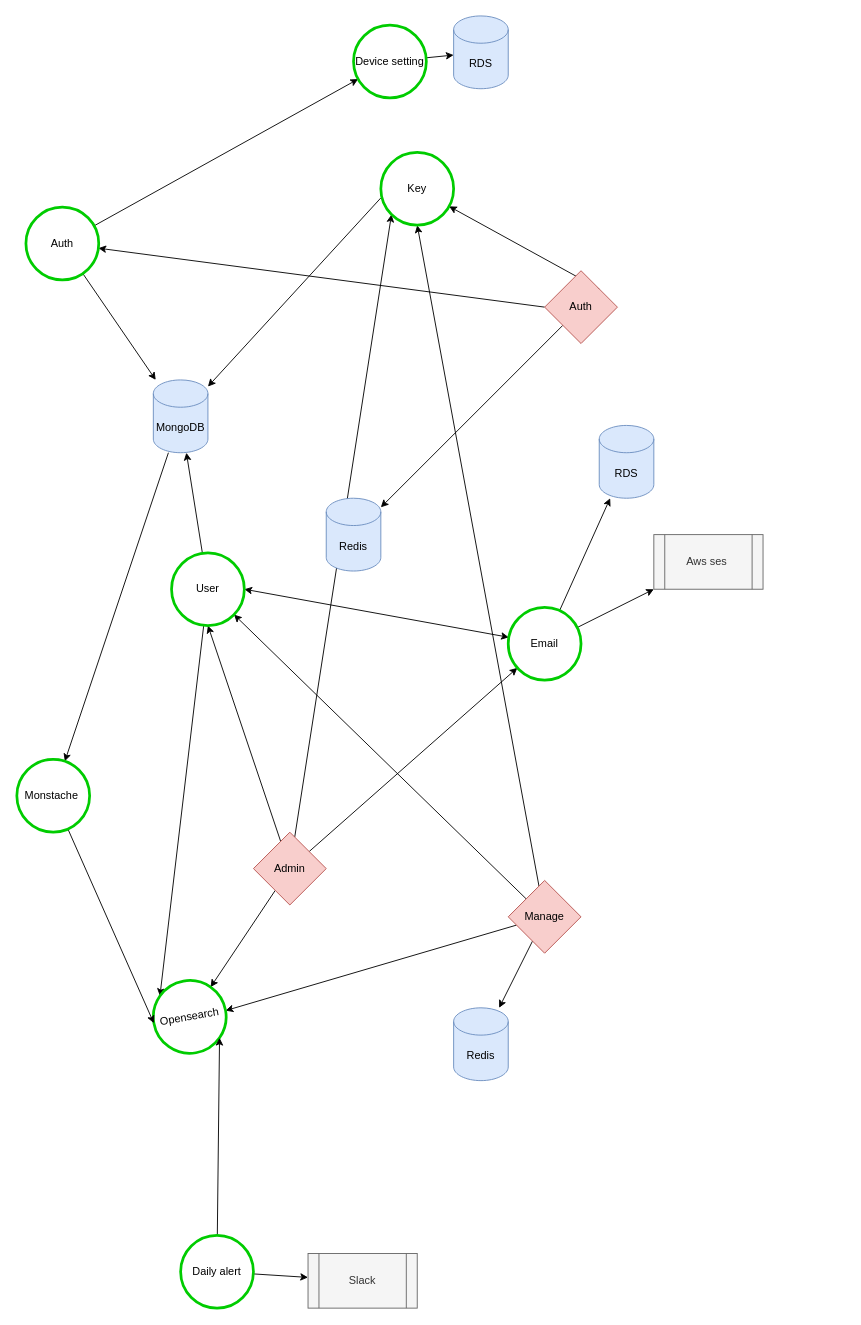
Earlier version of the draw.io diagram Strangler architecture.drawio (code-xhyun/draw.io). Source tidied: cells renumbered, new cells numbered last; positions are measured from the earlier drawing's top-left corner, leaving out a move shared by most shapes. Both pictures are drawn from the tidied source at 91%, with x=0, y=0 at pixel (16, 15).
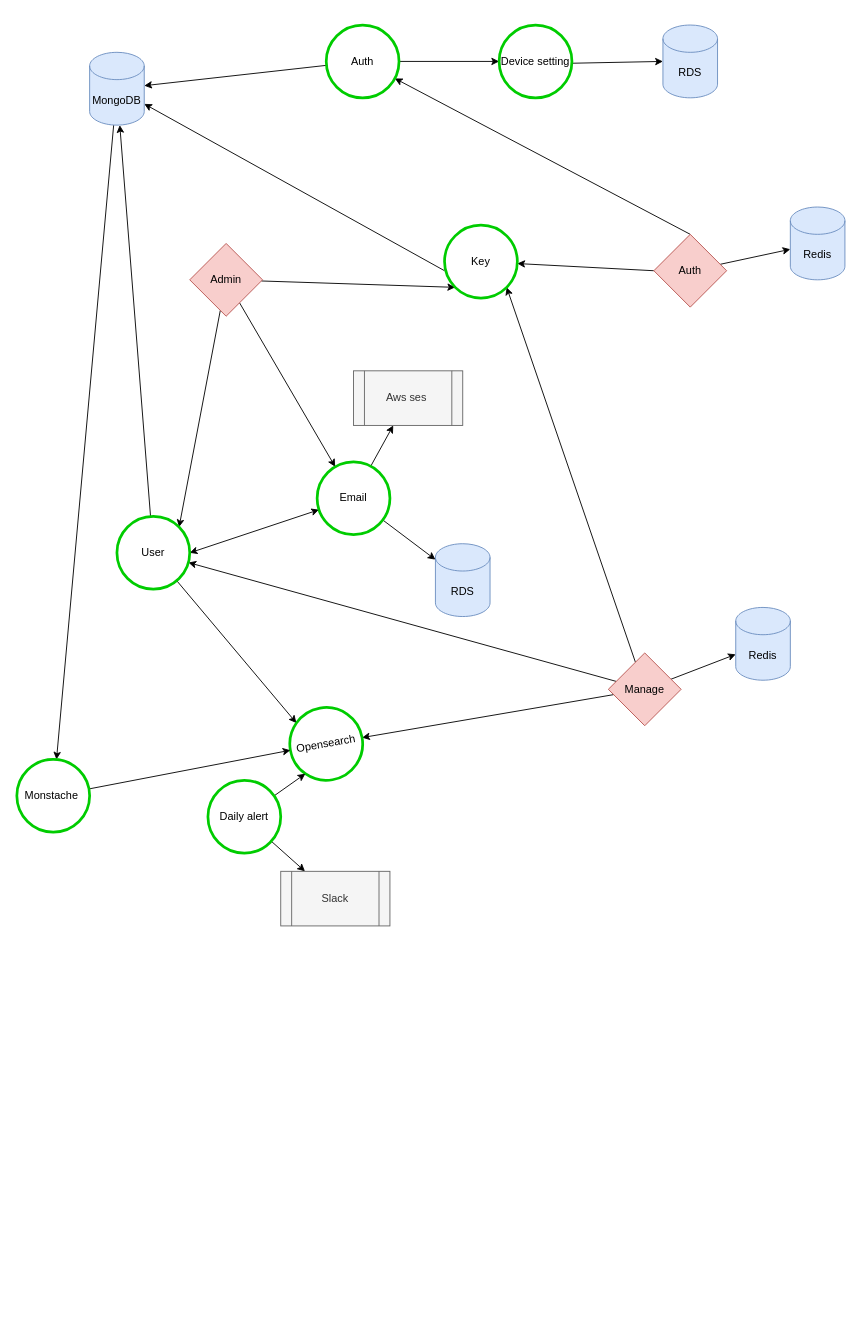
Above is the later version.

Change to the diagram source:
```diff
@@
-    <mxCell id="3" style="rounded=0;jettySize=auto;html=1;entryX=1;entryY=0;entryDx=0;entryDy=0;elbow=vertical;" parent="1" edge="1" source="6" target="31">
-      <mxGeometry relative="1" as="geometry" />
-    </mxCell>
@@
-    <mxCell id="5" style="edgeStyle=none;jettySize=auto;html=1;entryX=0.5;entryY=1;entryDx=0;entryDy=0;startArrow=none;startFill=0;elbow=vertical;" parent="1" edge="1" source="6" target="23">
+    <mxCell id="5" style="edgeStyle=none;jettySize=auto;html=1;entryX=1;entryY=0;entryDx=0;entryDy=0;startArrow=none;startFill=0;elbow=vertical;" parent="1" edge="1" source="6" target="23">
       <mxGeometry relative="1" as="geometry" />
     </mxCell>
     <mxCell id="6" value="Admin" style="rhombus;whiteSpace=wrap;html=1;fillColor=#f8cecc;strokeColor=#b85450;" parent="1" vertex="1">
-      <mxGeometry x="260" y="897" width="80" height="80" as="geometry" />
+      <mxGeometry x="190" y="250" width="80" height="80" as="geometry" />
     </mxCell>
@@
-    <mxCell id="8" style="edgeStyle=none;jettySize=auto;html=1;entryX=1;entryY=0.5;entryDx=0;entryDy=0;startArrow=none;startFill=0;elbow=vertical;" parent="1" edge="1" source="11" target="25">
+    <mxCell id="8" style="edgeStyle=none;jettySize=auto;html=1;entryX=1;entryY=0;entryDx=0;entryDy=0;startArrow=none;startFill=0;elbow=vertical;" parent="1" edge="1" source="11" target="25">
       <mxGeometry relative="1" as="geometry" />
     </mxCell>
@@
     <mxCell id="11" value="Manage" style="rhombus;whiteSpace=wrap;html=1;fillColor=#f8cecc;strokeColor=#b85450;" parent="1" vertex="1">
-      <mxGeometry x="540" y="950" width="80" height="80" as="geometry" />
+      <mxGeometry x="650" y="700" width="80" height="80" as="geometry" />
     </mxCell>
-    <mxCell id="12" style="rounded=0;jettySize=auto;html=1;exitX=0;exitY=1;exitDx=0;exitDy=0;" parent="1" edge="1" source="15" target="25">
+    <mxCell id="12" style="rounded=0;jettySize=auto;html=1;exitX=1;exitY=0.5;exitDx=0;exitDy=0;" parent="1" edge="1" source="15" target="25">
       <mxGeometry relative="1" as="geometry" />
     </mxCell>
-    <mxCell id="13" style="rounded=0;jettySize=auto;html=1;exitX=1;exitY=0.5;exitDx=0;exitDy=0;" parent="1" edge="1" source="15" target="28">
+    <mxCell id="13" style="rounded=0;jettySize=auto;html=1;exitX=0.5;exitY=1;exitDx=0;exitDy=0;" parent="1" edge="1" source="15" target="28">
       <mxGeometry relative="1" as="geometry" />
     </mxCell>
@@
     <mxCell id="15" value="Auth" style="rhombus;whiteSpace=wrap;html=1;direction=west;rotation=0;fillColor=#f8cecc;strokeColor=#b85450;" parent="1" vertex="1">
-      <mxGeometry x="580" y="280" width="80" height="80" as="geometry" />
+      <mxGeometry x="700" y="240" width="80" height="80" as="geometry" />
     </mxCell>
@@
     <mxCell id="19" value="Email" style="ellipse;whiteSpace=wrap;html=1;strokeColor=#00CC00;strokeWidth=3;" parent="1" vertex="1">
-      <mxGeometry x="540" y="650" width="80" height="80" as="geometry" />
+      <mxGeometry x="330" y="490" width="80" height="80" as="geometry" />
     </mxCell>
     <mxCell id="20" value="RDS" style="shape=cylinder3;whiteSpace=wrap;html=1;boundedLbl=1;backgroundOutline=1;size=15;fillColor=#dae8fc;strokeColor=#6c8ebf;" parent="1" vertex="1">
-      <mxGeometry x="640" y="450" width="60" height="80" as="geometry" />
+      <mxGeometry x="460" y="580" width="60" height="80" as="geometry" />
     </mxCell>
@@
     <mxCell id="23" value="User" style="ellipse;whiteSpace=wrap;html=1;strokeColor=#00CC00;strokeWidth=3;" parent="1" vertex="1">
-      <mxGeometry x="170" y="590" width="80" height="80" as="geometry" />
+      <mxGeometry x="110" y="550" width="80" height="80" as="geometry" />
     </mxCell>
@@
     <mxCell id="25" value="Key" style="ellipse;whiteSpace=wrap;html=1;direction=south;strokeColor=#00CC00;strokeWidth=3;" parent="1" vertex="1">
-      <mxGeometry x="400" y="150" width="80" height="80" as="geometry" />
+      <mxGeometry x="470" y="230" width="80" height="80" as="geometry" />
     </mxCell>
@@
     <mxCell id="28" value="Auth" style="ellipse;whiteSpace=wrap;html=1;strokeColor=#00CC00;strokeWidth=3;" parent="1" vertex="1">
-      <mxGeometry x="10" y="210" width="80" height="80" as="geometry" />
+      <mxGeometry x="340" y="10" width="80" height="80" as="geometry" />
     </mxCell>
@@
     <mxCell id="30" value="MongoDB" style="shape=cylinder3;whiteSpace=wrap;html=1;boundedLbl=1;backgroundOutline=1;size=15;fillColor=#dae8fc;strokeColor=#6c8ebf;" parent="1" vertex="1">
-      <mxGeometry x="150" y="400" width="60" height="80" as="geometry" />
+      <mxGeometry x="80" y="40" width="60" height="80" as="geometry" />
     </mxCell>
     <mxCell id="31" value="Opensearch" style="ellipse;whiteSpace=wrap;html=1;rotation=-10;strokeColor=#00CC00;strokeWidth=3;" parent="1" vertex="1">
-      <mxGeometry x="150" y="1060" width="80" height="80" as="geometry" />
+      <mxGeometry x="300" y="760" width="80" height="80" as="geometry" />
     </mxCell>
     <mxCell id="32" value="Redis" style="shape=cylinder3;whiteSpace=wrap;html=1;boundedLbl=1;backgroundOutline=1;size=15;direction=east;fillColor=#dae8fc;strokeColor=#6c8ebf;" parent="1" vertex="1">
-      <mxGeometry x="340" y="530" width="60" height="80" as="geometry" />
+      <mxGeometry x="850" y="210" width="60" height="80" as="geometry" />
     </mxCell>
     <mxCell id="33" value="Redis" style="shape=cylinder3;whiteSpace=wrap;html=1;boundedLbl=1;backgroundOutline=1;size=15;fillColor=#dae8fc;strokeColor=#6c8ebf;" parent="1" vertex="1">
-      <mxGeometry x="480" y="1090" width="60" height="80" as="geometry" />
+      <mxGeometry x="790" y="650" width="60" height="80" as="geometry" />
     </mxCell>
     <mxCell id="34" value="Aws ses&amp;nbsp;" style="shape=process;whiteSpace=wrap;html=1;backgroundOutline=1;fillColor=#f5f5f5;fontColor=#333333;strokeColor=#666666;" parent="1" vertex="1">
-      <mxGeometry x="700" y="570" width="120" height="60" as="geometry" />
+      <mxGeometry x="370" y="390" width="120" height="60" as="geometry" />
     </mxCell>
@@
-    <mxCell id="37" style="edgeStyle=none;jettySize=auto;html=1;entryX=1;entryY=1;entryDx=0;entryDy=0;startArrow=none;startFill=0;elbow=vertical;" parent="1" edge="1" source="39" target="31">
+    <mxCell id="37" style="edgeStyle=none;jettySize=auto;html=1;entryX=0;entryY=1;entryDx=0;entryDy=0;startArrow=none;startFill=0;elbow=vertical;" parent="1" edge="1" source="39" target="31">
       <mxGeometry relative="1" as="geometry" />
     </mxCell>
@@
     <mxCell id="39" value="Daily alert" style="ellipse;whiteSpace=wrap;html=1;strokeColor=#00CC00;strokeWidth=3;" parent="1" vertex="1">
-      <mxGeometry x="180" y="1340" width="80" height="80" as="geometry" />
+      <mxGeometry x="210" y="840" width="80" height="80" as="geometry" />
     </mxCell>
     <mxCell id="40" value="Slack" style="shape=process;whiteSpace=wrap;html=1;backgroundOutline=1;fillColor=#f5f5f5;fontColor=#333333;strokeColor=#666666;" parent="1" vertex="1">
-      <mxGeometry x="320" y="1360" width="120" height="60" as="geometry" />
+      <mxGeometry x="290" y="940" width="120" height="60" as="geometry" />
     </mxCell>
@@
     <mxCell id="42" value="Device setting" style="ellipse;whiteSpace=wrap;html=1;strokeColor=#00CC00;strokeWidth=3;" parent="1" vertex="1">
-      <mxGeometry x="370" y="10" width="80" height="80" as="geometry" />
+      <mxGeometry x="530" y="10" width="80" height="80" as="geometry" />
     </mxCell>
     <mxCell id="43" value="RDS" style="shape=cylinder3;whiteSpace=wrap;html=1;boundedLbl=1;backgroundOutline=1;size=15;fillColor=#dae8fc;strokeColor=#6c8ebf;" parent="1" vertex="1">
-      <mxGeometry x="480" width="60" height="80" as="geometry" />
+      <mxGeometry x="710" y="10" width="60" height="80" as="geometry" />
     </mxCell>
```
